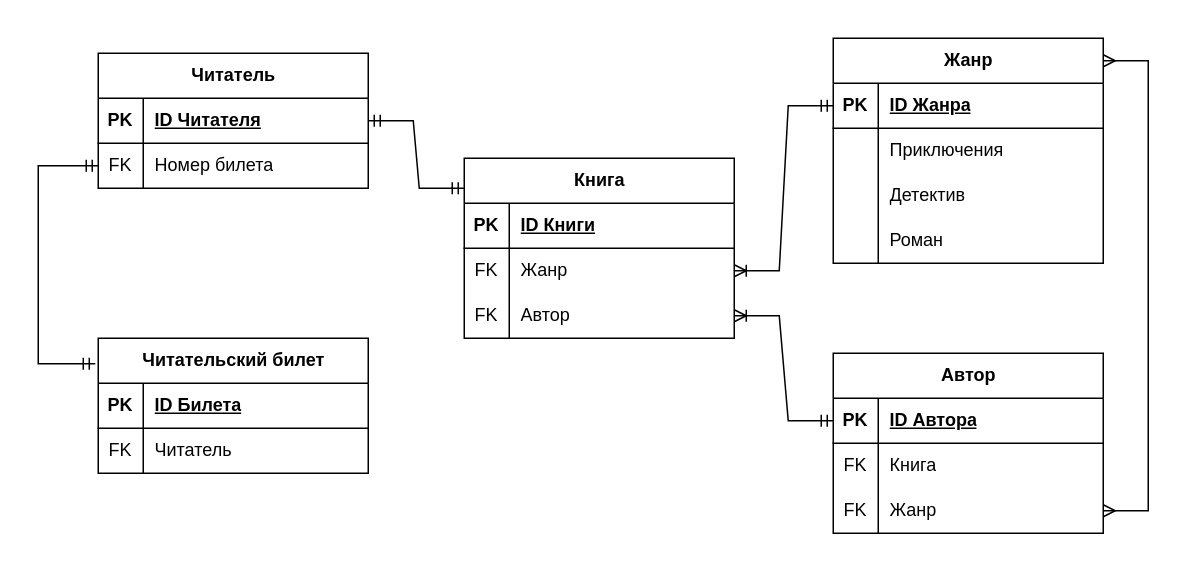
The draw.io diagram ER диаграмма для БД.drawio in pytonuserouner/UML_study, before the edit. Source tidied: cells renumbered, new cells numbered last; positions are measured from the earlier drawing's top-left corner, leaving out a move shared by most shapes. Both pictures are drawn from the tidied source at 150%, with x=0, y=0 at pixel (38, 38).
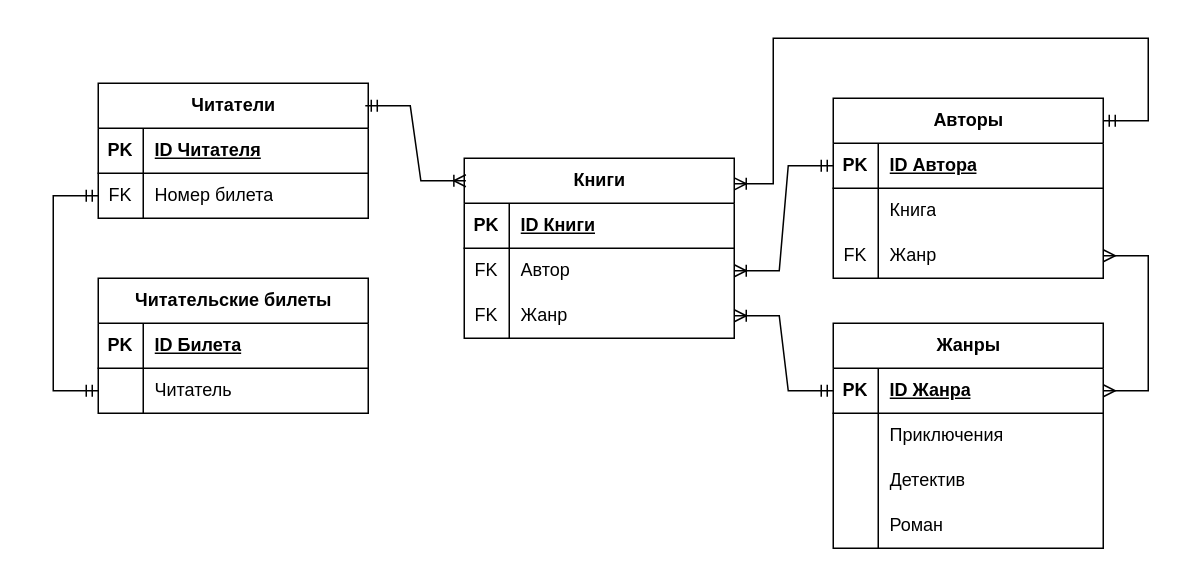
The same page after the edit.

Unchanged cells that the change refers to:
```xml
<mxCell id="6" style="shape=tableRow;horizontal=0;startSize=0;swimlaneHead=0;swimlaneBody=0;fillColor=none;points=[[0,0.5],[1,0.5]];portConstraint=eastwest;top=0;left=0;right=0;bottom=0;" parent="2" vertex="1">
  <mxGeometry y="60" width="180" height="30" as="geometry" />
</mxCell>
<mxCell id="9" style="shape=tableRow;horizontal=0;startSize=0;swimlaneHead=0;swimlaneBody=0;fillColor=none;points=[[0,0.5],[1,0.5]];portConstraint=eastwest;top=0;left=0;right=0;bottom=0;" parent="2" vertex="1">
  <mxGeometry y="90" width="180" height="30" as="geometry" />
</mxCell>
<mxCell id="13" style="shape=tableRow;horizontal=0;startSize=0;swimlaneHead=0;swimlaneBody=0;fillColor=none;points=[[0,0.5],[1,0.5]];portConstraint=eastwest;top=0;left=0;right=0;bottom=1;" parent="12" vertex="1">
  <mxGeometry y="30" width="180" height="30" as="geometry" />
</mxCell>
<mxCell id="16" style="shape=tableRow;horizontal=0;startSize=0;swimlaneHead=0;swimlaneBody=0;fillColor=none;top=0;left=0;right=0;bottom=0;" parent="12" vertex="1">
  <mxGeometry y="60" width="180" height="30" as="geometry" />
</mxCell>
<mxCell id="19" style="shape=tableRow;horizontal=0;startSize=0;swimlaneHead=0;swimlaneBody=0;fillColor=none;points=[[0,0.5],[1,0.5]];portConstraint=eastwest;top=0;left=0;right=0;bottom=0;" parent="12" vertex="1">
  <mxGeometry y="90" width="180" height="30" as="geometry" />
</mxCell>
<mxCell id="23" style="shape=tableRow;horizontal=0;startSize=0;swimlaneHead=0;swimlaneBody=0;fillColor=none;points=[[0,0.5],[1,0.5]];portConstraint=eastwest;top=0;left=0;right=0;bottom=1;" parent="22" vertex="1">
  <mxGeometry y="30" width="180" height="30" as="geometry" />
</mxCell>
<mxCell id="36" style="shape=tableRow;horizontal=0;startSize=0;swimlaneHead=0;swimlaneBody=0;fillColor=none;points=[[0,0.5],[1,0.5]];portConstraint=eastwest;top=0;left=0;right=0;bottom=1;" parent="35" vertex="1">
  <mxGeometry y="30" width="180" height="30" as="geometry" />
</mxCell>
<mxCell id="39" style="shape=tableRow;horizontal=0;startSize=0;swimlaneHead=0;swimlaneBody=0;fillColor=none;points=[[0,0.5],[1,0.5]];portConstraint=eastwest;top=0;left=0;right=0;bottom=0;" parent="35" vertex="1">
  <mxGeometry y="60" width="180" height="30" as="geometry" />
</mxCell>
<mxCell id="46" style="shape=tableRow;horizontal=0;startSize=0;swimlaneHead=0;swimlaneBody=0;fillColor=none;points=[[0,0.5],[1,0.5]];portConstraint=eastwest;top=0;left=0;right=0;bottom=0;" parent="42" vertex="1">
  <mxGeometry y="60" width="180" height="30" as="geometry" />
</mxCell>
```

The edit, as a diff of the source:
```diff
@@
-    <mxCell id="2" value="Книга" style="shape=table;startSize=30;childLayout=tableLayout;rowLines=0;fontStyle=1;align=center;html=1;" parent="1" vertex="1">
+    <mxCell id="2" value="Книги" style="shape=table;startSize=30;childLayout=tableLayout;rowLines=0;fontStyle=1;align=center;html=1;" parent="1" vertex="1">
       <mxGeometry x="284" y="80" width="180" height="120" as="geometry" />
     </mxCell>
@@
-    <mxCell id="8" value="Жанр" style="shape=partialRectangle;fillColor=none;top=0;left=0;bottom=0;right=0;align=left;spacingLeft=6;overflow=hidden;whiteSpace=wrap;html=1;" parent="6" vertex="1">
+    <mxCell id="8" value="Автор" style="shape=partialRectangle;fillColor=none;top=0;left=0;bottom=0;right=0;align=left;spacingLeft=6;overflow=hidden;whiteSpace=wrap;html=1;" parent="6" vertex="1">
       <mxGeometry x="30" width="150" height="30" as="geometry" />
     </mxCell>
@@
-    <mxCell id="11" value="Автор" style="shape=partialRectangle;fillColor=none;top=0;left=0;bottom=0;right=0;align=left;spacingLeft=6;overflow=hidden;whiteSpace=wrap;html=1;" parent="9" vertex="1">
+    <mxCell id="11" value="Жанр" style="shape=partialRectangle;fillColor=none;top=0;left=0;bottom=0;right=0;align=left;spacingLeft=6;overflow=hidden;whiteSpace=wrap;html=1;" parent="9" vertex="1">
       <mxGeometry x="30" width="150" height="30" as="geometry" />
     </mxCell>
-    <mxCell id="12" value="Автор" style="shape=table;startSize=30;childLayout=tableLayout;rowLines=0;fontStyle=1;align=center;html=1;" parent="1" vertex="1">
-      <mxGeometry x="530" y="210" width="180" height="120" as="geometry" />
+    <mxCell id="12" value="Авторы" style="shape=table;startSize=30;childLayout=tableLayout;rowLines=0;fontStyle=1;align=center;html=1;" parent="1" vertex="1">
+      <mxGeometry x="530" y="40" width="180" height="120" as="geometry" />
     </mxCell>
@@
-    <mxCell id="17" value="FK" style="shape=partialRectangle;fillColor=none;top=0;left=0;bottom=0;right=0;overflow=hidden;whiteSpace=wrap;html=1;" parent="16" vertex="1">
+    <mxCell id="17" style="shape=partialRectangle;fillColor=none;top=0;left=0;bottom=0;right=0;overflow=hidden;whiteSpace=wrap;html=1;" parent="16" vertex="1">
       <mxGeometry width="30" height="30" as="geometry" />
     </mxCell>
@@
-    <mxCell id="22" value="Жанр" style="shape=table;startSize=30;childLayout=tableLayout;rowLines=0;fontStyle=1;align=center;html=1;" parent="1" vertex="1">
-      <mxGeometry x="530" width="180" height="150" as="geometry" />
+    <mxCell id="22" value="Жанры" style="shape=table;startSize=30;childLayout=tableLayout;rowLines=0;fontStyle=1;align=center;html=1;" parent="1" vertex="1">
+      <mxGeometry x="530" y="190" width="180" height="150" as="geometry" />
     </mxCell>
@@
-    <mxCell id="35" value="Читатель" style="shape=table;startSize=30;childLayout=tableLayout;rowLines=0;fontStyle=1;align=center;html=1;" parent="1" vertex="1">
-      <mxGeometry x="40" y="10" width="180" height="90" as="geometry" />
+    <mxCell id="35" value="Читатели" style="shape=table;startSize=30;childLayout=tableLayout;rowLines=0;fontStyle=1;align=center;html=1;" parent="1" vertex="1">
+      <mxGeometry x="40" y="30" width="180" height="90" as="geometry" />
     </mxCell>
@@
-    <mxCell id="42" value="Читательский билет" style="shape=table;startSize=30;childLayout=tableLayout;rowLines=0;fontStyle=1;align=center;html=1;" parent="1" vertex="1">
-      <mxGeometry x="40" y="200" width="180" height="90" as="geometry" />
+    <mxCell id="42" value="Читательские билеты" style="shape=table;startSize=30;childLayout=tableLayout;rowLines=0;fontStyle=1;align=center;html=1;" parent="1" vertex="1">
+      <mxGeometry x="40" y="160" width="180" height="90" as="geometry" />
     </mxCell>
@@
-    <mxCell id="47" value="FK" style="shape=partialRectangle;fillColor=none;top=0;left=0;bottom=0;right=0;overflow=hidden;whiteSpace=wrap;html=1;" parent="46" vertex="1">
+    <mxCell id="47" style="shape=partialRectangle;fillColor=none;top=0;left=0;bottom=0;right=0;overflow=hidden;whiteSpace=wrap;html=1;" parent="46" vertex="1">
       <mxGeometry width="30" height="30" as="geometry" />
     </mxCell>
@@
-    <mxCell id="49" style="edgeStyle=entityRelationEdgeStyle;fontSize=12;html=1;endArrow=ERmandOne;startArrow=ERmandOne;rounded=0;entryX=0;entryY=0.167;entryDx=0;entryDy=0;exitX=1;exitY=0.5;exitDx=0;exitDy=0;entryPerimeter=0;" parent="1" edge="1" source="36" target="2">
-      <mxGeometry relative="1" as="geometry" />
-    </mxCell>
-    <mxCell id="50" style="edgeStyle=orthogonalEdgeStyle;fontSize=12;html=1;endArrow=ERmandOne;startArrow=ERmandOne;rounded=0;exitX=0;exitY=0.5;exitDx=0;exitDy=0;entryX=-0.011;entryY=0.189;entryDx=0;entryDy=0;entryPerimeter=0;" parent="1" edge="1" source="39" target="42">
+    <mxCell id="50" style="fontSize=12;html=1;endArrow=ERmandOne;startArrow=ERmandOne;rounded=0;exitX=0;exitY=0.5;exitDx=0;exitDy=0;entryX=0;entryY=0.5;entryDx=0;entryDy=0;edgeStyle=orthogonalEdgeStyle;" parent="1" edge="1" source="39" target="46">
       <mxGeometry relative="1" as="geometry">
         <Array as="points">
-          <mxPoint y="85" />
-          <mxPoint y="217" />
+          <mxPoint x="10" y="105" />
+          <mxPoint x="10" y="235" />
         </Array>
       </mxGeometry>
     </mxCell>
-    <mxCell id="51" style="edgeStyle=entityRelationEdgeStyle;fontSize=12;html=1;endArrow=ERmany;startArrow=ERmany;rounded=0;entryX=1;entryY=0.1;entryDx=0;entryDy=0;entryPerimeter=0;exitX=1;exitY=0.5;exitDx=0;exitDy=0;" parent="1" edge="1" source="19" target="22">
+    <mxCell id="51" style="edgeStyle=entityRelationEdgeStyle;fontSize=12;html=1;endArrow=ERmany;startArrow=ERmany;rounded=0;entryX=1;entryY=0.5;entryDx=0;entryDy=0;exitX=1;exitY=0.5;exitDx=0;exitDy=0;" parent="1" edge="1" source="19" target="23">
       <mxGeometry relative="1" as="geometry" />
     </mxCell>
-    <mxCell id="52" style="edgeStyle=entityRelationEdgeStyle;fontSize=12;html=1;endArrow=ERoneToMany;startArrow=ERmandOne;rounded=0;entryX=1;entryY=0.5;entryDx=0;entryDy=0;exitX=0;exitY=0.5;exitDx=0;exitDy=0;" parent="1" edge="1" source="13" target="9">
+    <mxCell id="52" style="edgeStyle=entityRelationEdgeStyle;fontSize=12;html=1;endArrow=ERoneToMany;startArrow=ERmandOne;rounded=0;exitX=0;exitY=0.5;exitDx=0;exitDy=0;entryX=1;entryY=0.5;entryDx=0;entryDy=0;" parent="1" edge="1" source="13" target="6">
       <mxGeometry relative="1" as="geometry" />
     </mxCell>
-    <mxCell id="53" style="edgeStyle=entityRelationEdgeStyle;fontSize=12;html=1;endArrow=ERoneToMany;startArrow=ERmandOne;rounded=0;entryX=1;entryY=0.5;entryDx=0;entryDy=0;exitX=0;exitY=0.5;exitDx=0;exitDy=0;" parent="1" edge="1" source="23" target="6">
+    <mxCell id="53" style="edgeStyle=entityRelationEdgeStyle;fontSize=12;html=1;endArrow=ERoneToMany;startArrow=ERmandOne;rounded=0;entryX=1;entryY=0.5;entryDx=0;entryDy=0;exitX=0;exitY=0.5;exitDx=0;exitDy=0;" parent="1" edge="1" source="23" target="9">
       <mxGeometry relative="1" as="geometry" />
     </mxCell>
+    <mxCell id="54" style="edgeStyle=entityRelationEdgeStyle;fontSize=12;html=1;endArrow=ERoneToMany;startArrow=ERmandOne;rounded=0;exitX=0.989;exitY=0.167;exitDx=0;exitDy=0;exitPerimeter=0;entryX=0.006;entryY=0.125;entryDx=0;entryDy=0;entryPerimeter=0;" parent="1" edge="1" source="35" target="2">
+      <mxGeometry relative="1" as="geometry" />
+    </mxCell>
+    <mxCell id="55" style="fontSize=12;html=1;endArrow=ERoneToMany;startArrow=ERmandOne;rounded=0;exitX=1;exitY=0.125;exitDx=0;exitDy=0;exitPerimeter=0;entryX=1;entryY=0.142;entryDx=0;entryDy=0;entryPerimeter=0;edgeStyle=orthogonalEdgeStyle;" parent="1" edge="1" source="12" target="2">
+      <mxGeometry relative="1" as="geometry">
+        <Array as="points">
+          <mxPoint x="740" y="55" />
+          <mxPoint x="740" />
+          <mxPoint x="490" />
+          <mxPoint x="490" y="97" />
+        </Array>
+      </mxGeometry>
+    </mxCell>
```
